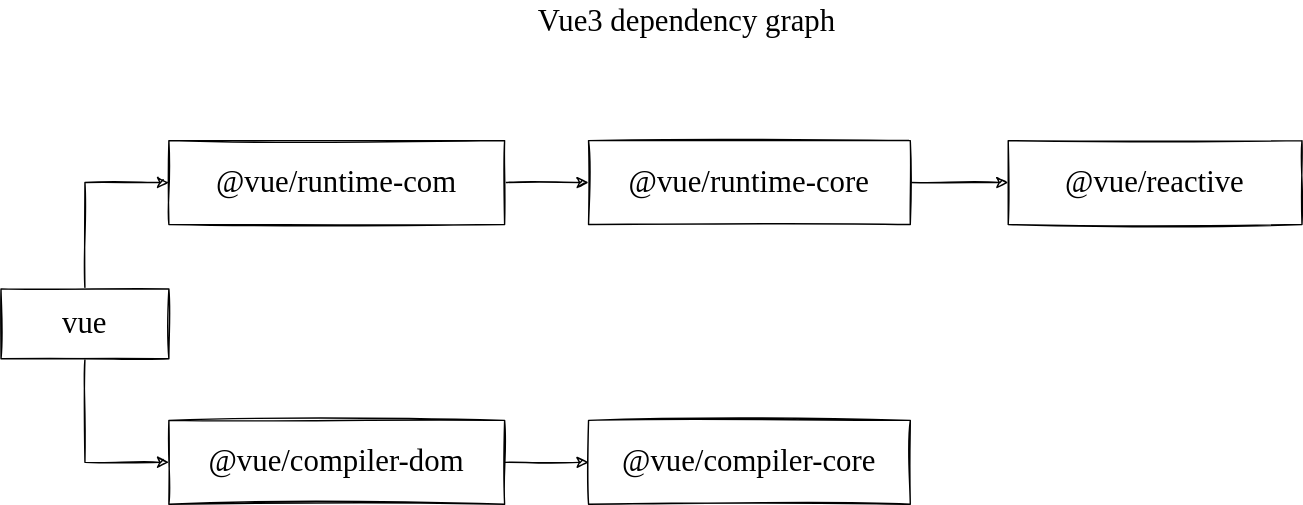
Earlier version of the draw.io export doc/images/vue3-graph.svg (sujianqingfeng/my-mini-vue). Source tidied: cells renumbered, new cells last; positions are measured from the earlier drawing's top-left corner, leaving out a move shared by most shapes. Its diagram source:
```xml
<mxGraphModel>
  <root>
    <mxCell id="0" />
    <mxCell id="1" parent="0" />
    <mxCell id="2" style="edgeStyle=orthogonalEdgeStyle;rounded=0;sketch=1;jettySize=auto;html=1;entryX=0;entryY=0.5;entryDx=0;entryDy=0;fontFamily=Comic Sans MS;fontSize=22;" parent="1" edge="1" source="4" target="12">
      <mxGeometry relative="1" as="geometry" />
    </mxCell>
    <mxCell id="3" style="edgeStyle=orthogonalEdgeStyle;rounded=0;sketch=1;jettySize=auto;html=1;entryX=0;entryY=0.5;entryDx=0;entryDy=0;fontFamily=Comic Sans MS;fontSize=22;" parent="1" edge="1" source="4" target="9">
      <mxGeometry relative="1" as="geometry" />
    </mxCell>
    <mxCell id="4" value="vue" style="rounded=0;whiteSpace=wrap;html=1;fontFamily=Comic Sans MS;sketch=1;fontSize=22;" parent="1" vertex="1">
      <mxGeometry y="206" width="120" height="50" as="geometry" />
    </mxCell>
    <mxCell id="5" style="edgeStyle=orthogonalEdgeStyle;rounded=0;sketch=1;jettySize=auto;html=1;fontFamily=Comic Sans MS;fontSize=22;" parent="1" edge="1" source="12" target="11">
      <mxGeometry relative="1" as="geometry" />
    </mxCell>
    <mxCell id="6" value="@vue/reactive" style="rounded=0;whiteSpace=wrap;html=1;fontFamily=Comic Sans MS;sketch=1;fontSize=22;" parent="1" vertex="1">
      <mxGeometry x="720" y="100" width="210" height="60" as="geometry" />
    </mxCell>
    <mxCell id="7" value="@vue/compiler-core" style="rounded=0;whiteSpace=wrap;html=1;fontFamily=Comic Sans MS;sketch=1;fontSize=22;" parent="1" vertex="1">
      <mxGeometry x="420" y="300" width="230" height="60" as="geometry" />
    </mxCell>
    <mxCell id="8" style="edgeStyle=orthogonalEdgeStyle;rounded=0;sketch=1;jettySize=auto;html=1;entryX=0;entryY=0.5;entryDx=0;entryDy=0;fontFamily=Comic Sans MS;fontSize=22;" parent="1" edge="1" source="9" target="7">
      <mxGeometry relative="1" as="geometry" />
    </mxCell>
    <mxCell id="9" value="@vue/compiler-dom" style="rounded=0;whiteSpace=wrap;html=1;fontFamily=Comic Sans MS;sketch=1;fontSize=22;" parent="1" vertex="1">
      <mxGeometry x="120" y="300" width="240" height="60" as="geometry" />
    </mxCell>
    <mxCell id="10" style="edgeStyle=orthogonalEdgeStyle;rounded=0;sketch=1;jettySize=auto;html=1;exitX=1;exitY=0.5;exitDx=0;exitDy=0;entryX=0;entryY=0.5;entryDx=0;entryDy=0;fontFamily=Comic Sans MS;fontSize=22;" parent="1" edge="1" source="11" target="6">
      <mxGeometry relative="1" as="geometry" />
    </mxCell>
    <mxCell id="11" value="@vue/runtime-core" style="rounded=0;whiteSpace=wrap;html=1;fontFamily=Comic Sans MS;sketch=1;fontSize=22;" parent="1" vertex="1">
      <mxGeometry x="420" y="100" width="230" height="60" as="geometry" />
    </mxCell>
    <mxCell id="12" value="@vue/runtime-com" style="rounded=0;whiteSpace=wrap;html=1;fontFamily=Comic Sans MS;sketch=1;fontSize=22;" parent="1" vertex="1">
      <mxGeometry x="120" y="100" width="240" height="60" as="geometry" />
    </mxCell>
    <mxCell id="13" value="Vue3 dependency graph" style="text;html=1;align=center;verticalAlign=middle;fillColor=none;strokeColor=none;rounded=0;sketch=1;fontFamily=Comic Sans MS;fontSize=22;" parent="1" vertex="1">
      <mxGeometry x="360" width="260" height="30" as="geometry" />
    </mxCell>
  </root>
</mxGraphModel>
```
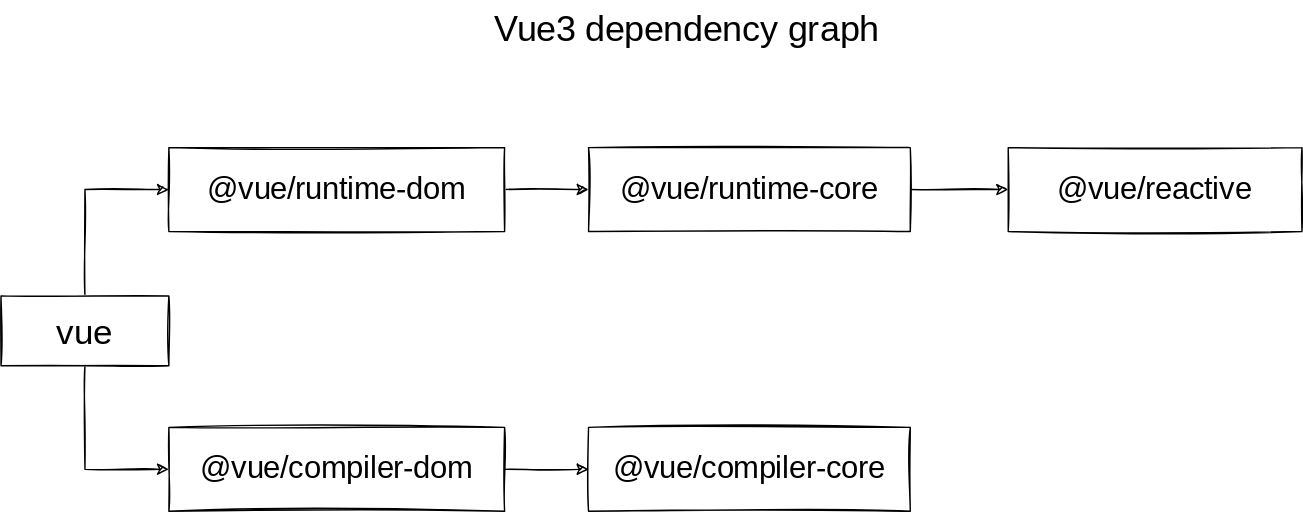
The same diagram one commit later.

Change to the diagram source:
```diff
@@ -8,35 +8,35 @@
     <mxCell id="3" style="edgeStyle=orthogonalEdgeStyle;rounded=0;sketch=1;jettySize=auto;html=1;entryX=0;entryY=0.5;entryDx=0;entryDy=0;fontFamily=Comic Sans MS;fontSize=22;" parent="1" edge="1" source="4" target="9">
       <mxGeometry relative="1" as="geometry" />
     </mxCell>
-    <mxCell id="4" value="vue" style="rounded=0;whiteSpace=wrap;html=1;fontFamily=Comic Sans MS;sketch=1;fontSize=22;" parent="1" vertex="1">
+    <mxCell id="4" value="vue" style="rounded=0;whiteSpace=wrap;html=1;fontFamily=Indie Flower;sketch=1;fontSize=25;fontSource=https%3A%2F%2Ffonts.googleapis.com%2Fcss%3Ffamily%3DIndie%2BFlower;" parent="1" vertex="1">
       <mxGeometry y="206" width="120" height="50" as="geometry" />
     </mxCell>
     <mxCell id="5" style="edgeStyle=orthogonalEdgeStyle;rounded=0;sketch=1;jettySize=auto;html=1;fontFamily=Comic Sans MS;fontSize=22;" parent="1" edge="1" source="12" target="11">
       <mxGeometry relative="1" as="geometry" />
     </mxCell>
-    <mxCell id="6" value="@vue/reactive" style="rounded=0;whiteSpace=wrap;html=1;fontFamily=Comic Sans MS;sketch=1;fontSize=22;" parent="1" vertex="1">
+    <mxCell id="6" value="@vue/reactive" style="rounded=0;whiteSpace=wrap;html=1;fontFamily=Indie Flower;sketch=1;fontSize=22;fontSource=https%3A%2F%2Ffonts.googleapis.com%2Fcss%3Ffamily%3DIndie%2BFlower;" parent="1" vertex="1">
       <mxGeometry x="720" y="100" width="210" height="60" as="geometry" />
     </mxCell>
-    <mxCell id="7" value="@vue/compiler-core" style="rounded=0;whiteSpace=wrap;html=1;fontFamily=Comic Sans MS;sketch=1;fontSize=22;" parent="1" vertex="1">
+    <mxCell id="7" value="@vue/compiler-core" style="rounded=0;whiteSpace=wrap;html=1;fontFamily=Indie Flower;sketch=1;fontSize=22;fontSource=https%3A%2F%2Ffonts.googleapis.com%2Fcss%3Ffamily%3DIndie%2BFlower;" parent="1" vertex="1">
       <mxGeometry x="420" y="300" width="230" height="60" as="geometry" />
     </mxCell>
     <mxCell id="8" style="edgeStyle=orthogonalEdgeStyle;rounded=0;sketch=1;jettySize=auto;html=1;entryX=0;entryY=0.5;entryDx=0;entryDy=0;fontFamily=Comic Sans MS;fontSize=22;" parent="1" edge="1" source="9" target="7">
       <mxGeometry relative="1" as="geometry" />
     </mxCell>
-    <mxCell id="9" value="@vue/compiler-dom" style="rounded=0;whiteSpace=wrap;html=1;fontFamily=Comic Sans MS;sketch=1;fontSize=22;" parent="1" vertex="1">
+    <mxCell id="9" value="@vue/compiler-dom" style="rounded=0;whiteSpace=wrap;html=1;fontFamily=Indie Flower;sketch=1;fontSize=22;fontSource=https%3A%2F%2Ffonts.googleapis.com%2Fcss%3Ffamily%3DIndie%2BFlower;" parent="1" vertex="1">
       <mxGeometry x="120" y="300" width="240" height="60" as="geometry" />
     </mxCell>
     <mxCell id="10" style="edgeStyle=orthogonalEdgeStyle;rounded=0;sketch=1;jettySize=auto;html=1;exitX=1;exitY=0.5;exitDx=0;exitDy=0;entryX=0;entryY=0.5;entryDx=0;entryDy=0;fontFamily=Comic Sans MS;fontSize=22;" parent="1" edge="1" source="11" target="6">
       <mxGeometry relative="1" as="geometry" />
     </mxCell>
-    <mxCell id="11" value="@vue/runtime-core" style="rounded=0;whiteSpace=wrap;html=1;fontFamily=Comic Sans MS;sketch=1;fontSize=22;" parent="1" vertex="1">
+    <mxCell id="11" value="@vue/runtime-core" style="rounded=0;whiteSpace=wrap;html=1;fontFamily=Indie Flower;sketch=1;fontSize=22;fontSource=https%3A%2F%2Ffonts.googleapis.com%2Fcss%3Ffamily%3DIndie%2BFlower;" parent="1" vertex="1">
       <mxGeometry x="420" y="100" width="230" height="60" as="geometry" />
     </mxCell>
-    <mxCell id="12" value="@vue/runtime-com" style="rounded=0;whiteSpace=wrap;html=1;fontFamily=Comic Sans MS;sketch=1;fontSize=22;" parent="1" vertex="1">
+    <mxCell id="12" value="@vue/runtime-dom" style="rounded=0;whiteSpace=wrap;html=1;fontFamily=Indie Flower;sketch=1;fontSize=22;fontSource=https%3A%2F%2Ffonts.googleapis.com%2Fcss%3Ffamily%3DIndie%2BFlower;" parent="1" vertex="1">
       <mxGeometry x="120" y="100" width="240" height="60" as="geometry" />
     </mxCell>
-    <mxCell id="13" value="Vue3 dependency graph" style="text;html=1;align=center;verticalAlign=middle;fillColor=none;strokeColor=none;rounded=0;sketch=1;fontFamily=Comic Sans MS;fontSize=22;" parent="1" vertex="1">
-      <mxGeometry x="360" width="260" height="30" as="geometry" />
+    <mxCell id="13" value="Vue3 dependency graph" style="text;html=1;align=center;verticalAlign=middle;fillColor=none;strokeColor=none;rounded=0;sketch=1;fontFamily=Indie Flower;fontSize=26;fontSource=https%3A%2F%2Ffonts.googleapis.com%2Fcss%3Ffamily%3DIndie%2BFlower;" parent="1" vertex="1">
+      <mxGeometry x="355" y="-5" width="270" height="40" as="geometry" />
     </mxCell>
   </root>
 </mxGraphModel>
```
